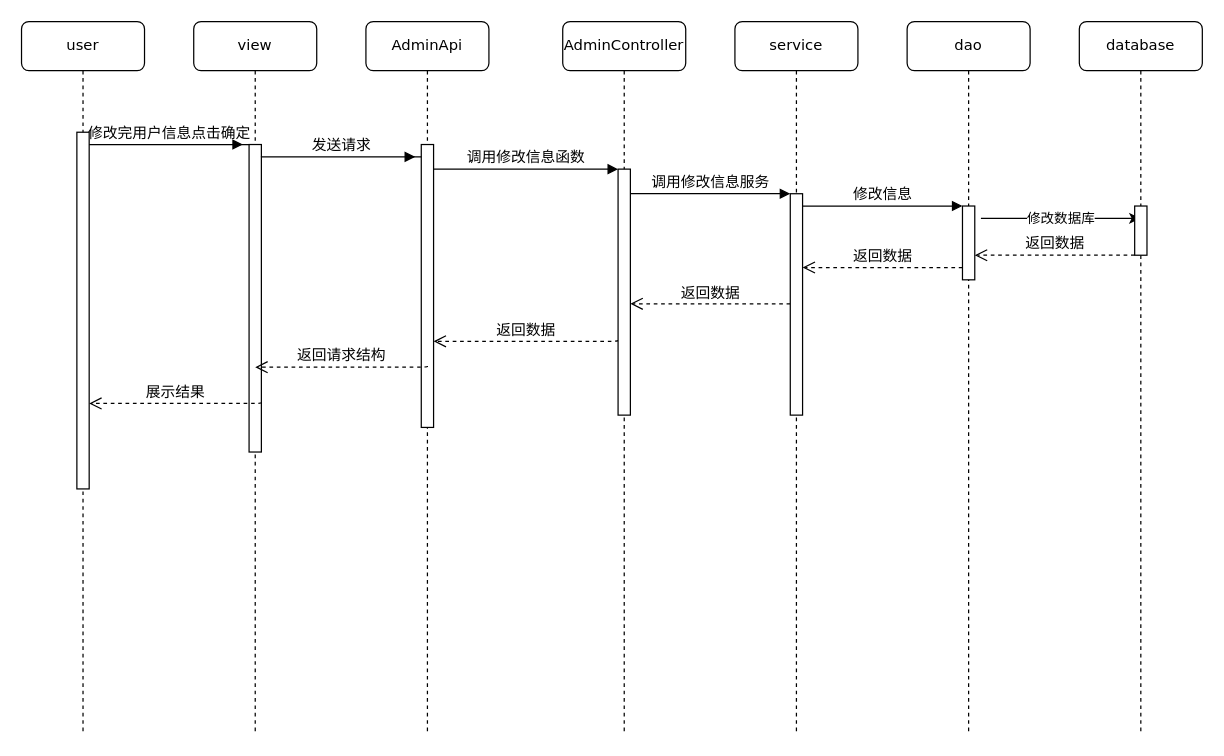
Earlier version of the draw.io diagram 毕业设计CQUPT/管理用户时序图.drawio (myjdml/drowio). Source tidied: cells renumbered, new cells numbered last; positions are measured from the earlier drawing's top-left corner, leaving out a move shared by most shapes. Both pictures are drawn from the tidied source at 123%, with x=0, y=0 at pixel (21, 21).
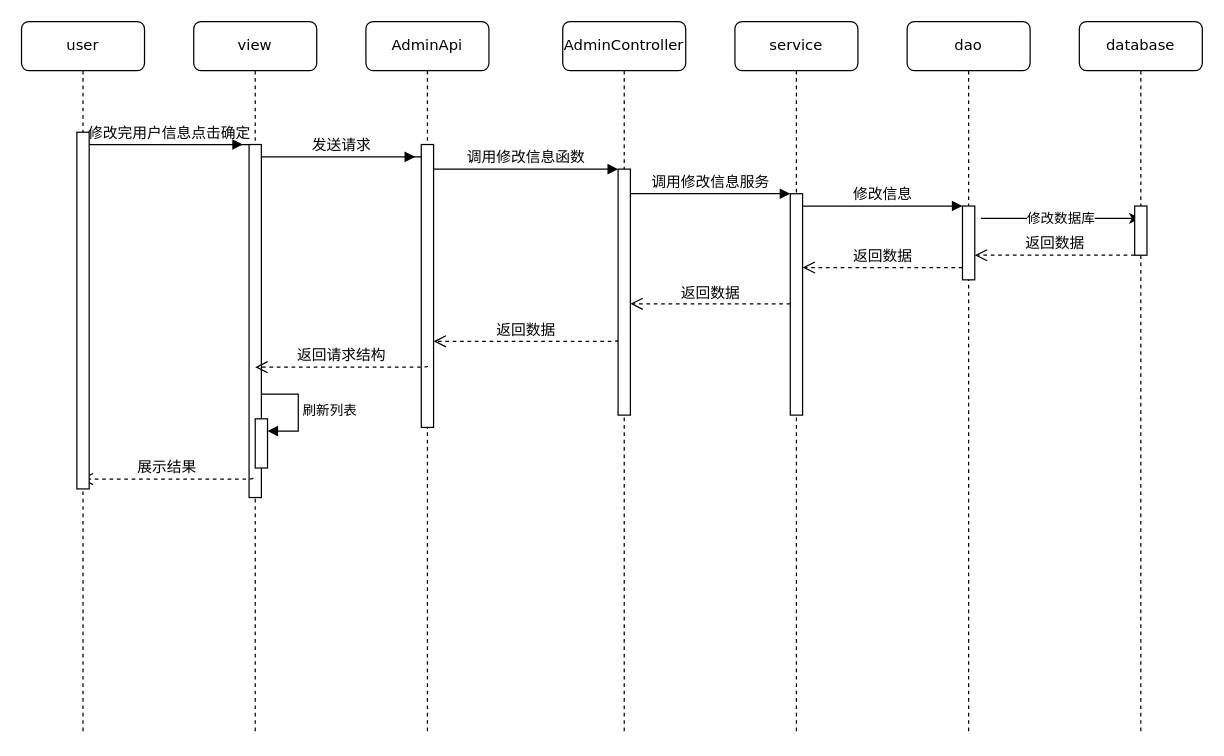
The same diagram, later.

Commit message:
更新管理用户时序图.drawio

The change refers to these unchanged cells:
```xml
<mxCell id="15" value="view" style="shape=umlLifeline;perimeter=lifelinePerimeter;whiteSpace=wrap;html=1;rounded=1;shadow=0;comic=0;labelBackgroundColor=none;strokeWidth=1;fontFamily=Verdana;fontSize=12;align=center;" parent="1" vertex="1">
  <mxGeometry x="140" width="100" height="580" as="geometry" />
</mxCell>
<mxCell id="25" value="user" style="shape=umlLifeline;perimeter=lifelinePerimeter;whiteSpace=wrap;html=1;rounded=1;shadow=0;comic=0;labelBackgroundColor=none;strokeWidth=1;fontFamily=Verdana;fontSize=12;align=center;" parent="1" vertex="1">
  <mxGeometry width="100" height="580" as="geometry" />
</mxCell>
```

The edit, as a diff of the source:
```diff
@@
     <mxCell id="16" style="html=1;points=[];perimeter=orthogonalPerimeter;rounded=0;shadow=0;comic=0;labelBackgroundColor=none;strokeWidth=1;fontFamily=Verdana;fontSize=12;align=center;" parent="15" vertex="1">
-      <mxGeometry x="45" y="100" width="10" height="250" as="geometry" />
+      <mxGeometry x="45" y="100" width="10" height="287" as="geometry" />
     </mxCell>
@@
+    <mxCell id="27" value="展示结果" style="html=1;verticalAlign=bottom;endArrow=open;dashed=1;endSize=8;labelBackgroundColor=none;fontFamily=Verdana;fontSize=12;edgeStyle=elbowEdgeStyle;elbow=vertical;exitX=0;exitY=0.695;exitDx=0;exitDy=0;exitPerimeter=0;" parent="15" edge="1">
+      <mxGeometry relative="1" as="geometry">
+        <mxPoint x="48" y="371" as="sourcePoint" />
+        <mxPoint x="-92" y="372" as="targetPoint" />
+        <Array as="points">
+          <mxPoint x="3" y="372" />
+        </Array>
+      </mxGeometry>
+    </mxCell>
+    <mxCell id="28" style="html=1;points=[];perimeter=orthogonalPerimeter;outlineConnect=0;targetShapes=umlLifeline;portConstraint=eastwest;newEdgeStyle={&quot;edgeStyle&quot;:&quot;elbowEdgeStyle&quot;,&quot;elbow&quot;:&quot;vertical&quot;,&quot;curved&quot;:0,&quot;rounded&quot;:0};" parent="15" vertex="1">
+      <mxGeometry x="50" y="323" width="10" height="40" as="geometry" />
+    </mxCell>
+    <mxCell id="29" value="刷新列表" style="html=1;align=left;spacingLeft=2;endArrow=block;rounded=0;edgeStyle=orthogonalEdgeStyle;curved=0;rounded=0;" parent="15" edge="1" target="28">
+      <mxGeometry relative="1" as="geometry">
+        <mxPoint x="55" y="303" as="sourcePoint" />
+        <Array as="points">
+          <mxPoint x="85" y="333" />
+        </Array>
+      </mxGeometry>
+    </mxCell>
@@
-    <mxCell id="27" value="展示结果" style="html=1;verticalAlign=bottom;endArrow=open;dashed=1;endSize=8;labelBackgroundColor=none;fontFamily=Verdana;fontSize=12;edgeStyle=elbowEdgeStyle;elbow=vertical;exitX=0;exitY=0.695;exitDx=0;exitDy=0;exitPerimeter=0;" parent="25" edge="1">
-      <mxGeometry relative="1" as="geometry">
-        <mxPoint x="195" y="309.5" as="sourcePoint" />
-        <mxPoint x="55" y="310.5" as="targetPoint" />
-        <Array as="points">
-          <mxPoint x="150" y="310.5" />
-        </Array>
-      </mxGeometry>
-    </mxCell>
```
